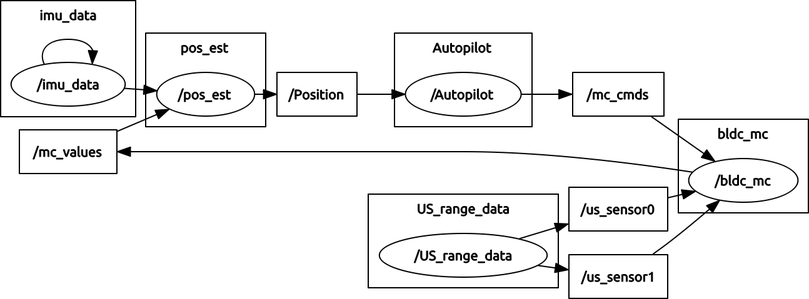
Before: project_report/graphs/rosgraph.png, a diagram exported from Graphviz (finkultur/ros-vehicle). Its source is kept beside it as project_report/graphs/rosgraph.dot. Source of this version:
```dot
digraph graphname {
	graph [bb="0,0,662,247",
		compound=True,
		rank=same,
		rankdir=LR,
		ranksep=0.2
	];
	node [label="\N"];
	subgraph cluster_bldc_mc {
		graph [bb="550,69,654,144",
			compound=True,
			label=bldc_mc,
			lheight=0.21,
			lp="602,132.5",
			lwidth=0.67,
			rank=same,
			rankdir=LR,
			ranksep=0.2,
			style=bold
		];
		_bldc_mc		 [URL=_bldc_mc,
			height=0.5,
			label="/bldc_mc",
			pos="602,95",
			shape=ellipse,
			width=1.2277];
	}
	subgraph cluster_pos_est {
		graph [bb="124,138,220,213",
			compound=True,
			label=pos_est,
			lheight=0.21,
			lp="172,201.5",
			lwidth=0.57,
			rank=same,
			rankdir=LR,
			ranksep=0.2,
			style=bold
		];
		_pos_est		 [URL=_pos_est,
			height=0.5,
			label="/pos_est",
			pos="172,164",
			shape=ellipse,
			width=1.1013];
	}
	subgraph cluster_Autopilot {
		graph [bb="323,138,433,213",
			compound=True,
			label=Autopilot,
			lheight=0.21,
			lp="378,201.5",
			lwidth=0.72,
			rank=same,
			rankdir=LR,
			ranksep=0.2,
			style=bold
		];
		_Autopilot		 [URL=_Autopilot,
			height=0.5,
			label="/Autopilot",
			pos="378,164",
			shape=ellipse,
			width=1.2999];
	}
	subgraph cluster_imu_data {
		graph [bb="8,146,116,239",
			compound=True,
			label=imu_data,
			lheight=0.21,
			lp="62,227.5",
			lwidth=0.72,
			rank=same,
			rankdir=LR,
			ranksep=0.2,
			style=bold
		];
		_imu_data		 [URL=_imu_data,
			height=0.5,
			label="/imu_data",
			pos="62,172",
			shape=ellipse,
			width=1.2818];
		_imu_data -> _imu_data		 [penwidth=1,
			pos="e,81.336,188.66 42.664,188.66 38.367,198.62 44.812,208 62,208 73.011,208 79.613,204.15 81.806,198.77"];
	}
	subgraph cluster_US_range_data {
		graph [bb="302,9,454,84",
			compound=True,
			label=US_range_data,
			lheight=0.21,
			lp="378,72.5",
			lwidth=1.17,
			rank=same,
			rankdir=LR,
			ranksep=0.2,
			style=bold
		];
		_US_range_data		 [URL=_US_range_data,
			height=0.5,
			label="/US_range_data",
			pos="378,35",
			shape=ellipse,
			width=1.8776];
	}
	_us_sensor0	 [URL=topic_3A_us_sensor0,
		height=0.5,
		label="/us_sensor0",
		pos="502,72",
		shape=box,
		width=1.1111];
	_us_sensor0 -> _bldc_mc	 [penwidth=1,
		pos="e,563.4,86.175 542.01,81.156 545.76,82.035 549.58,82.932 553.39,83.827"];
	_mc_values	 [URL=topic_3A_mc_values,
		height=0.5,
		label="/mc_values",
		pos="62,118",
		shape=box,
		width=1.0972];
	_mc_values -> _pos_est	 [penwidth=1,
		pos="e,142.41,151.82 101.69,134.48 111.87,138.81 122.84,143.49 132.99,147.81"];
	_Position	 [URL=topic_3A_Position,
		height=0.5,
		label="/Position",
		pos="261,164",
		shape=box,
		width=0.90278];
	_Position -> _Autopilot	 [penwidth=1,
		pos="e,331.17,164 293.73,164 302.22,164 311.67,164 321.05,164"];
	_mc_cmds	 [URL=topic_3A_mc_cmds,
		height=0.5,
		label="/mc_cmds",
		pos="502,164",
		shape=box,
		width=1.0278];
	_mc_cmds -> _bldc_mc	 [penwidth=1,
		pos="e,579.08,110.44 528.75,145.87 541.59,136.83 557.2,125.84 570.62,116.39"];
	_us_sensor1	 [URL=topic_3A_us_sensor1,
		height=0.5,
		label="/us_sensor1",
		pos="502,18",
		shape=box,
		width=1.1111];
	_us_sensor1 -> _bldc_mc	 [penwidth=1,
		pos="e,582.78,78.763 530.1,36.254 534.14,39.118 538.21,42.093 542,45 553.1,53.511 564.93,63.373 575.06,72.078"];
	_imu_data -> _pos_est	 [penwidth=1,
		pos="e,132.75,166.83 107.55,168.7 112.52,168.33 117.6,167.96 122.61,167.58"];
	_bldc_mc -> _mc_values	 [penwidth=1,
		pos="e,101.5,118 560.62,101.71 516.23,108.5 442.74,118 379,118 260,118 260,118 260,118 209.45,118 151.61,118 111.74,118"];
	_pos_est -> _Position	 [penwidth=1,
		pos="e,228.49,164 211.67,164 213.86,164 216.08,164 218.29,164"];
	_Autopilot -> _mc_cmds	 [penwidth=1,
		pos="e,464.7,164 425.12,164 434.74,164 444.87,164 454.5,164"];
	_US_range_data -> _us_sensor0	 [penwidth=1,
		pos="e,461.69,60.078 423.39,48.463 432.69,51.284 442.56,54.275 452.02,57.144"];
	_US_range_data -> _us_sensor1	 [penwidth=1,
		pos="e,461.82,23.459 438.21,26.749 442.72,26.121 447.24,25.491 451.68,24.873"];
}
```
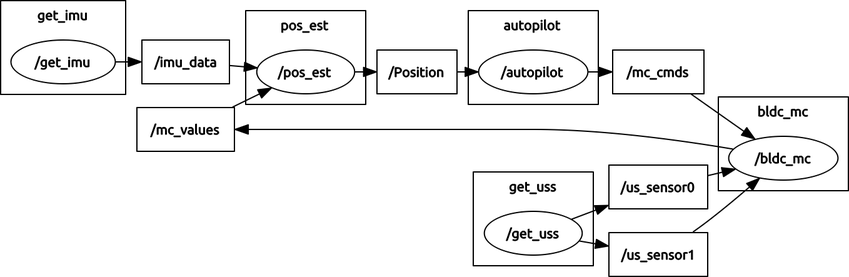
The same diagram one commit later.

Diff of the diagram source:
```diff
@@ -1,5 +1,5 @@
 digraph graphname {
-	graph [bb="0,0,662,247",
+	graph [bb="0,0,694,229",
 		compound=True,
 		rank=same,
 		rankdir=LR,
@@ -7,11 +7,11 @@
 	];
 	node [label="\N"];
 	subgraph cluster_bldc_mc {
-		graph [bb="550,69,654,144",
+		graph [bb="582,69,686,144",
 			compound=True,
 			label=bldc_mc,
 			lheight=0.21,
-			lp="602,132.5",
+			lp="634,132.5",
 			lwidth=0.67,
 			rank=same,
 			rankdir=LR,
@@ -21,16 +21,16 @@
 		_bldc_mc		 [URL=_bldc_mc,
 			height=0.5,
 			label="/bldc_mc",
-			pos="602,95",
+			pos="634,95",
 			shape=ellipse,
 			width=1.2277];
 	}
 	subgraph cluster_pos_est {
-		graph [bb="124,138,220,213",
+		graph [bb="204,138,300,213",
 			compound=True,
 			label=pos_est,
 			lheight=0.21,
-			lp="172,201.5",
+			lp="252,201.5",
 			lwidth=0.57,
 			rank=same,
 			rankdir=LR,
@@ -40,119 +40,125 @@
 		_pos_est		 [URL=_pos_est,
 			height=0.5,
 			label="/pos_est",
-			pos="172,164",
+			pos="252,164",
 			shape=ellipse,
 			width=1.1013];
 	}
-	subgraph cluster_Autopilot {
-		graph [bb="323,138,433,213",
+	subgraph cluster_autopilot {
+		graph [bb="382,138,486,213",
 			compound=True,
-			label=Autopilot,
+			label=autopilot,
 			lheight=0.21,
-			lp="378,201.5",
-			lwidth=0.72,
+			lp="434,201.5",
+			lwidth=0.68,
 			rank=same,
 			rankdir=LR,
 			ranksep=0.2,
 			style=bold
 		];
-		_Autopilot		 [URL=_Autopilot,
+		_autopilot		 [URL=_autopilot,
 			height=0.5,
-			label="/Autopilot",
-			pos="378,164",
+			label="/autopilot",
+			pos="434,164",
 			shape=ellipse,
-			width=1.2999];
+			width=1.2277];
 	}
-	subgraph cluster_imu_data {
-		graph [bb="8,146,116,239",
+	subgraph cluster_get_imu {
+		graph [bb="8,146,108,221",
 			compound=True,
-			label=imu_data,
+			label=get_imu,
 			lheight=0.21,
-			lp="62,227.5",
-			lwidth=0.72,
+			lp="58,209.5",
+			lwidth=0.64,
 			rank=same,
 			rankdir=LR,
 			ranksep=0.2,
 			style=bold
 		];
-		_imu_data		 [URL=_imu_data,
+		_get_imu		 [URL=_get_imu,
 			height=0.5,
-			label="/imu_data",
-			pos="62,172",
+			label="/get_imu",
+			pos="58,172",
 			shape=ellipse,
-			width=1.2818];
-		_imu_data -> _imu_data		 [penwidth=1,
-			pos="e,81.336,188.66 42.664,188.66 38.367,198.62 44.812,208 62,208 73.011,208 79.613,204.15 81.806,198.77"];
+			width=1.1735];
 	}
-	subgraph cluster_US_range_data {
-		graph [bb="302,9,454,84",
+	subgraph cluster_get_uss {
+		graph [bb="386,9,482,84",
 			compound=True,
-			label=US_range_data,
+			label=get_uss,
 			lheight=0.21,
-			lp="378,72.5",
-			lwidth=1.17,
+			lp="434,72.5",
+			lwidth=0.57,
 			rank=same,
 			rankdir=LR,
 			ranksep=0.2,
 			style=bold
 		];
-		_US_range_data		 [URL=_US_range_data,
+		_get_uss		 [URL=_get_uss,
 			height=0.5,
-			label="/US_range_data",
-			pos="378,35",
+			label="/get_uss",
+			pos="434,35",
 			shape=ellipse,
-			width=1.8776];
+			width=1.1013];
 	}
 	_us_sensor0	 [URL=topic_3A_us_sensor0,
 		height=0.5,
 		label="/us_sensor0",
-		pos="502,72",
+		pos="534,72",
 		shape=box,
 		width=1.1111];
 	_us_sensor0 -> _bldc_mc	 [penwidth=1,
-		pos="e,563.4,86.175 542.01,81.156 545.76,82.035 549.58,82.932 553.39,83.827"];
+		pos="e,595.4,86.175 574.01,81.156 577.76,82.035 581.58,82.932 585.39,83.827"];
 	_mc_values	 [URL=topic_3A_mc_values,
 		height=0.5,
 		label="/mc_values",
-		pos="62,118",
+		pos="156,118",
 		shape=box,
 		width=1.0972];
 	_mc_values -> _pos_est	 [penwidth=1,
-		pos="e,142.41,151.82 101.69,134.48 111.87,138.81 122.84,143.49 132.99,147.81"];
+		pos="e,224.39,150.98 193.88,136.05 200.88,139.47 208.2,143.05 215.17,146.46"];
 	_Position	 [URL=topic_3A_Position,
 		height=0.5,
 		label="/Position",
-		pos="261,164",
+		pos="341,164",
 		shape=box,
 		width=0.90278];
-	_Position -> _Autopilot	 [penwidth=1,
-		pos="e,331.17,164 293.73,164 302.22,164 311.67,164 321.05,164"];
+	_Position -> _autopilot	 [penwidth=1,
+		pos="e,389.78,164 373.57,164 375.54,164 377.54,164 379.56,164"];
 	_mc_cmds	 [URL=topic_3A_mc_cmds,
 		height=0.5,
 		label="/mc_cmds",
-		pos="502,164",
+		pos="534,164",
 		shape=box,
 		width=1.0278];
 	_mc_cmds -> _bldc_mc	 [penwidth=1,
-		pos="e,579.08,110.44 528.75,145.87 541.59,136.83 557.2,125.84 570.62,116.39"];
+		pos="e,611.08,110.44 560.75,145.87 573.59,136.83 589.2,125.84 602.62,116.39"];
 	_us_sensor1	 [URL=topic_3A_us_sensor1,
 		height=0.5,
 		label="/us_sensor1",
-		pos="502,18",
+		pos="534,18",
 		shape=box,
 		width=1.1111];
 	_us_sensor1 -> _bldc_mc	 [penwidth=1,
-		pos="e,582.78,78.763 530.1,36.254 534.14,39.118 538.21,42.093 542,45 553.1,53.511 564.93,63.373 575.06,72.078"];
+		pos="e,614.78,78.763 562.1,36.254 566.14,39.118 570.21,42.093 574,45 585.1,53.511 596.93,63.373 607.06,72.078"];
+	_imu_data	 [URL=topic_3A_imu_data,
+		height=0.5,
+		label="/imu_data",
+		pos="156,172",
+		shape=box,
+		width=0.98611];
 	_imu_data -> _pos_est	 [penwidth=1,
-		pos="e,132.75,166.83 107.55,168.7 112.52,168.33 117.6,167.96 122.61,167.58"];
+		pos="e,212.93,167.24 191.74,169.04 195.4,168.73 199.18,168.41 202.96,168.09"];
 	_bldc_mc -> _mc_values	 [penwidth=1,
-		pos="e,101.5,118 560.62,101.71 516.23,108.5 442.74,118 379,118 260,118 260,118 260,118 209.45,118 151.61,118 111.74,118"];
+		pos="e,195.56,118 593.34,102.34 553.47,109.07 490.2,118 435,118 340,118 340,118 340,118 294.6,118 242.87,118 206.02,118"];
 	_pos_est -> _Position	 [penwidth=1,
-		pos="e,228.49,164 211.67,164 213.86,164 216.08,164 218.29,164"];
-	_Autopilot -> _mc_cmds	 [penwidth=1,
-		pos="e,464.7,164 425.12,164 434.74,164 444.87,164 454.5,164"];
-	_US_range_data -> _us_sensor0	 [penwidth=1,
-		pos="e,461.69,60.078 423.39,48.463 432.69,51.284 442.56,54.275 452.02,57.144"];
-	_US_range_data -> _us_sensor1	 [penwidth=1,
-		pos="e,461.82,23.459 438.21,26.749 442.72,26.121 447.24,25.491 451.68,24.873"];
+		pos="e,308.49,164 291.67,164 293.86,164 296.08,164 298.29,164"];
+	_autopilot -> _mc_cmds	 [penwidth=1,
+		pos="e,497,164 478.27,164 481.1,164 483.96,164 486.81,164"];
+	_get_imu -> _imu_data	 [penwidth=1,
+		pos="e,120.39,172 100.27,172 103.52,172 106.81,172 110.08,172"];
+	_get_uss -> _us_sensor0	 [penwidth=1,
+		pos="e,493.85,57.219 464.94,46.302 471.06,48.615 477.66,51.106 484.25,53.595"];
+	_get_uss -> _us_sensor1	 [penwidth=1,
+		pos="e,493.97,24.77 471.21,28.718 475.38,27.995 479.69,27.248 483.99,26.501"];
 }
```
